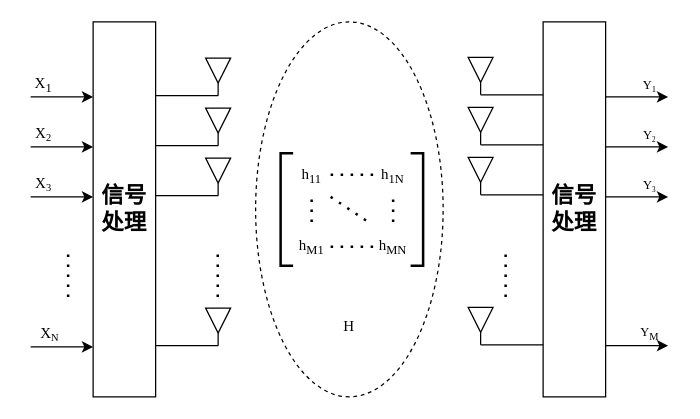
This is Untitled Diagram.drawio from jianjian-AI/Hello-Github, a draw.io file, before an edit. Source tidied: cells renumbered, new cells numbered last; positions are measured from the earlier drawing's top-left corner, leaving out a move shared by most shapes. Both pictures are drawn from the tidied source at 125%, with x=0, y=0 at pixel (24, 21).
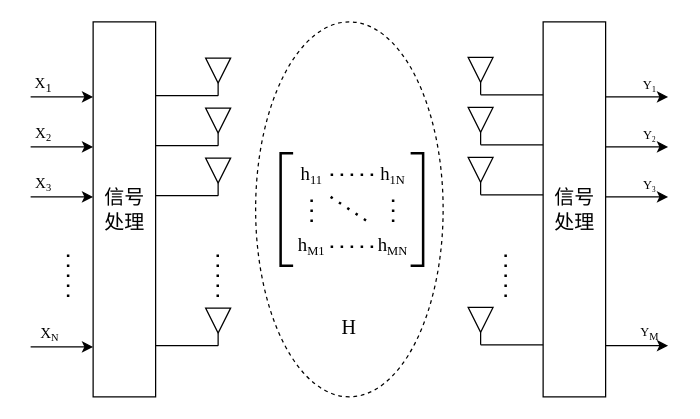
After the change.

Diff of the diagram source:
```diff
@@
-    <mxCell id="2" value="&lt;h2&gt;&lt;font style=&quot;vertical-align: inherit&quot; face=&quot;Times New Roman&quot;&gt;信号处理&lt;/font&gt;&lt;/h2&gt;" style="whiteSpace=wrap;html=1;" parent="1" vertex="1">
+    <mxCell id="2" value="&lt;h2&gt;&lt;br&gt;&lt;/h2&gt;" style="whiteSpace=wrap;html=1;" parent="1" vertex="1">
       <mxGeometry x="55" width="50" height="300" as="geometry" />
     </mxCell>
-    <mxCell id="3" value="&lt;h2&gt;&lt;font style=&quot;vertical-align: inherit&quot; face=&quot;Times New Roman&quot;&gt;信号处理&lt;/font&gt;&lt;/h2&gt;" style="whiteSpace=wrap;html=1;" parent="1" vertex="1">
+    <mxCell id="3" value="&lt;h2&gt;&lt;br&gt;&lt;/h2&gt;" style="whiteSpace=wrap;html=1;" parent="1" vertex="1">
       <mxGeometry x="415" width="50" height="300" as="geometry" />
     </mxCell>
@@
-    <mxCell id="29" value="h&lt;sub&gt;11&lt;/sub&gt;" style="text;html=1;strokeColor=none;fillColor=none;align=center;verticalAlign=middle;whiteSpace=wrap;rounded=0;fontFamily=Times New Roman;" parent="1" vertex="1">
+    <mxCell id="29" value="&lt;font style=&quot;font-size: 15px;&quot;&gt;h&lt;/font&gt;&lt;sub&gt;11&lt;/sub&gt;" style="text;html=1;strokeColor=none;fillColor=none;align=center;verticalAlign=middle;whiteSpace=wrap;rounded=0;fontFamily=Times New Roman;" parent="1" vertex="1">
       <mxGeometry x="215" y="115" width="30" height="15" as="geometry" />
     </mxCell>
@@
-    <mxCell id="31" value="h&lt;sub&gt;M1&lt;/sub&gt;" style="text;html=1;strokeColor=none;fillColor=none;align=center;verticalAlign=middle;whiteSpace=wrap;rounded=0;fontFamily=Times New Roman;" parent="1" vertex="1">
+    <mxCell id="31" value="&lt;font style=&quot;font-size: 15px;&quot;&gt;h&lt;/font&gt;&lt;sub&gt;M1&lt;/sub&gt;" style="text;html=1;strokeColor=none;fillColor=none;align=center;verticalAlign=middle;whiteSpace=wrap;rounded=0;fontFamily=Times New Roman;" parent="1" vertex="1">
       <mxGeometry x="200" y="165" width="60" height="30" as="geometry" />
     </mxCell>
@@
-    <mxCell id="36" value="h&lt;sub&gt;1N&lt;/sub&gt;" style="text;html=1;strokeColor=none;fillColor=none;align=center;verticalAlign=middle;whiteSpace=wrap;rounded=0;fontFamily=Times New Roman;" parent="1" vertex="1">
+    <mxCell id="36" value="&lt;font style=&quot;font-size: 15px;&quot;&gt;h&lt;/font&gt;&lt;sub&gt;1N&lt;/sub&gt;" style="text;html=1;strokeColor=none;fillColor=none;align=center;verticalAlign=middle;whiteSpace=wrap;rounded=0;fontFamily=Times New Roman;" parent="1" vertex="1">
       <mxGeometry x="265" y="107.5" width="60" height="30" as="geometry" />
     </mxCell>
-    <mxCell id="37" value="h&lt;sub&gt;MN&lt;/sub&gt;" style="text;html=1;strokeColor=none;fillColor=none;align=center;verticalAlign=middle;whiteSpace=wrap;rounded=0;fontFamily=Times New Roman;" parent="1" vertex="1">
+    <mxCell id="37" value="&lt;font style=&quot;font-size: 15px;&quot;&gt;h&lt;/font&gt;&lt;sub&gt;MN&lt;/sub&gt;" style="text;html=1;strokeColor=none;fillColor=none;align=center;verticalAlign=middle;whiteSpace=wrap;rounded=0;fontFamily=Times New Roman;" parent="1" vertex="1">
       <mxGeometry x="265" y="165" width="60" height="30" as="geometry" />
     </mxCell>
-    <mxCell id="38" value="H" style="text;html=1;strokeColor=none;fillColor=none;align=center;verticalAlign=middle;whiteSpace=wrap;rounded=0;fontFamily=Times New Roman;" parent="1" vertex="1">
+    <mxCell id="38" value="&lt;font style=&quot;font-size: 16px;&quot;&gt;H&lt;/font&gt;" style="text;html=1;strokeColor=none;fillColor=none;align=center;verticalAlign=middle;whiteSpace=wrap;rounded=0;fontFamily=Times New Roman;" parent="1" vertex="1">
       <mxGeometry x="230" y="229" width="60" height="30" as="geometry" />
     </mxCell>
@@
+    <mxCell id="60" value="&lt;font face=&quot;Times New Roman&quot;&gt;信号处理&lt;/font&gt;" style="text;html=1;strokeColor=none;fillColor=none;align=center;verticalAlign=middle;whiteSpace=wrap;rounded=0;fontSize=16;" parent="1" vertex="1">
+      <mxGeometry x="57.5" y="135" width="45" height="30" as="geometry" />
+    </mxCell>
+    <mxCell id="61" value="&lt;font face=&quot;Times New Roman&quot;&gt;信号处理&lt;/font&gt;" style="text;html=1;strokeColor=none;fillColor=none;align=center;verticalAlign=middle;whiteSpace=wrap;rounded=0;fontSize=16;" parent="1" vertex="1">
+      <mxGeometry x="417.5" y="135" width="45" height="30" as="geometry" />
+    </mxCell>
```
